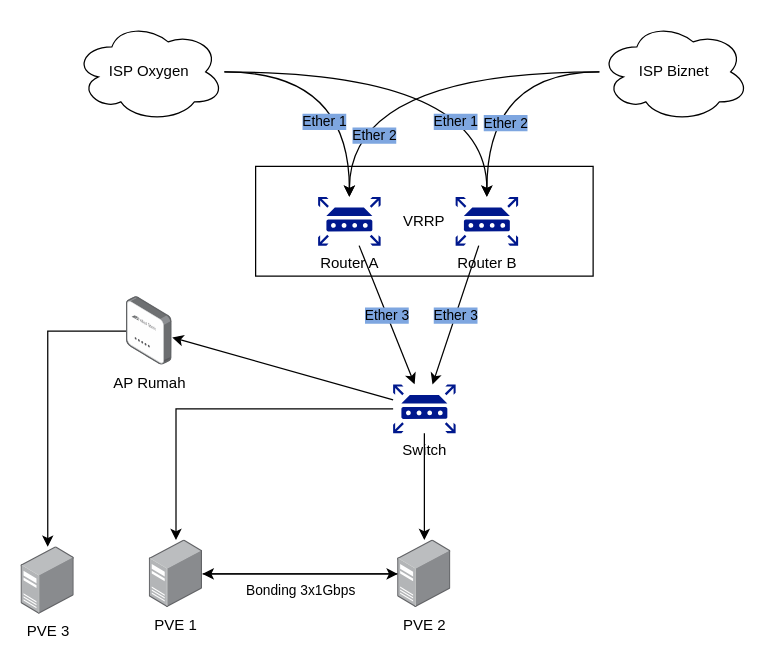
The draw.io diagram drawio/Network Topology Bullnium.drawio in WaxArsatia/Random, before the edit. Source tidied: cells renumbered, new cells numbered last; positions are measured from the earlier drawing's top-left corner, leaving out a move shared by most shapes. Both pictures are drawn from the tidied source at 125%, with x=0, y=0 at pixel (20, 21).
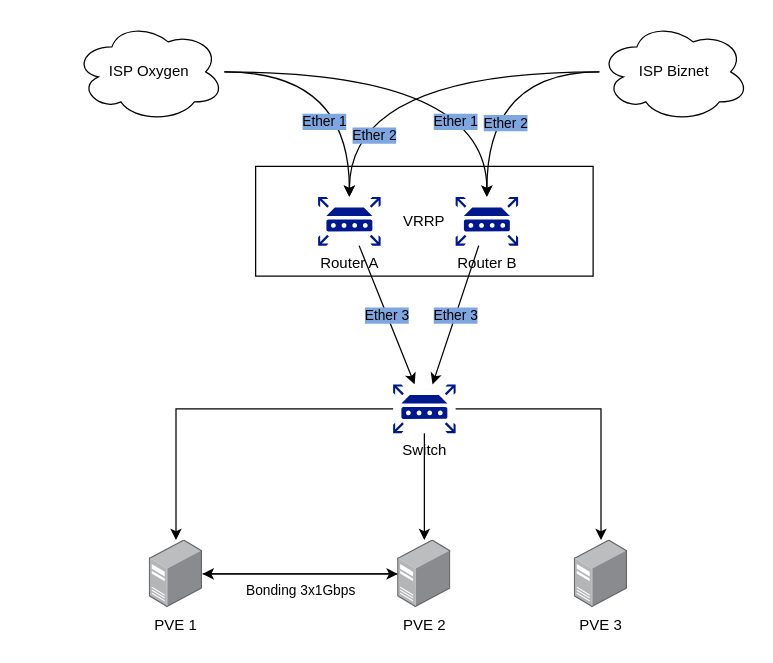
The same page after the edit.

Unchanged cells that the change refers to:
```xml
<mxCell id="13" value="Switch" style="sketch=0;shadow=0;dashed=0;html=1;strokeColor=none;labelPosition=center;verticalLabelPosition=bottom;verticalAlign=top;align=center;fillColor=#00188D;shape=mxgraph.mscae.enterprise.router;" parent="1" vertex="1">
  <mxGeometry x="298" y="290" width="50" height="39" as="geometry" />
</mxCell>
```

What changed in the source:
```diff
@@
-    <mxCell id="4" style="rounded=0;jettySize=auto;html=1;labelBackgroundColor=#7EA6E0;" parent="1" edge="1" source="13" target="14">
-      <mxGeometry relative="1" as="geometry" />
-    </mxCell>
@@
-    <mxCell id="12" style="edgeStyle=orthogonalEdgeStyle;rounded=0;jettySize=auto;html=1;" parent="1" edge="1" source="14" target="19">
-      <mxGeometry relative="1" as="geometry" />
-    </mxCell>
+    <mxCell id="24" style="edgeStyle=orthogonalEdgeStyle;rounded=0;jettySize=auto;html=1;" parent="1" edge="1" source="13" target="19">
+      <mxGeometry relative="1" as="geometry" />
+    </mxCell>
@@
-    <mxCell id="14" value="AP Rumah" style="image;points=[];html=1;align=center;shadow=0;dashed=0;image=img/lib/allied_telesis/wireless/Access_Point_Indoor.svg;" parent="1" vertex="1">
-      <mxGeometry x="84.7" y="220" width="36.6" height="54.6" as="geometry" />
-    </mxCell>
@@
     <mxCell id="19" value="PVE 3" style="image;points=[];html=1;align=center;shadow=0;dashed=0;image=img/lib/allied_telesis/computer_and_terminals/Server_Desktop.svg;" parent="1" vertex="1">
-      <mxGeometry x="0.4" y="420" width="42.6" height="54" as="geometry" />
+      <mxGeometry x="443" y="414.6" width="42.6" height="54" as="geometry" />
     </mxCell>
```
